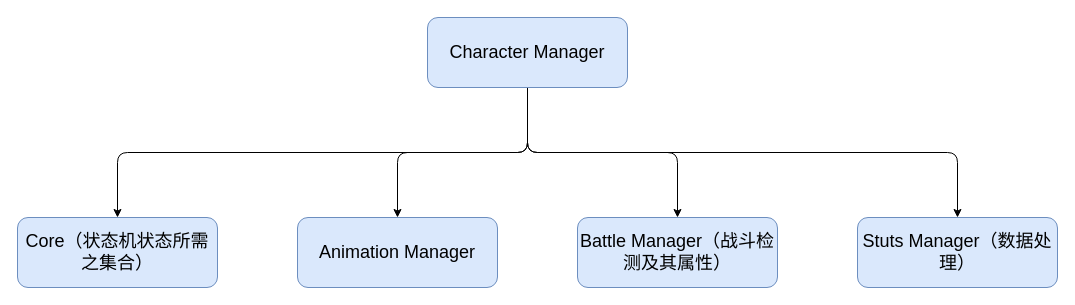
Above: Readme/Character Component Structure.drawio in zsl2021533013/The-Letteror (draw.io), before the change. Source tidied: cells renumbered, new cells numbered last; positions are measured from the earlier drawing's top-left corner, leaving out a move shared by most shapes. Both pictures are drawn from the tidied source at 100%, with x=0, y=0 at pixel (17, 17).
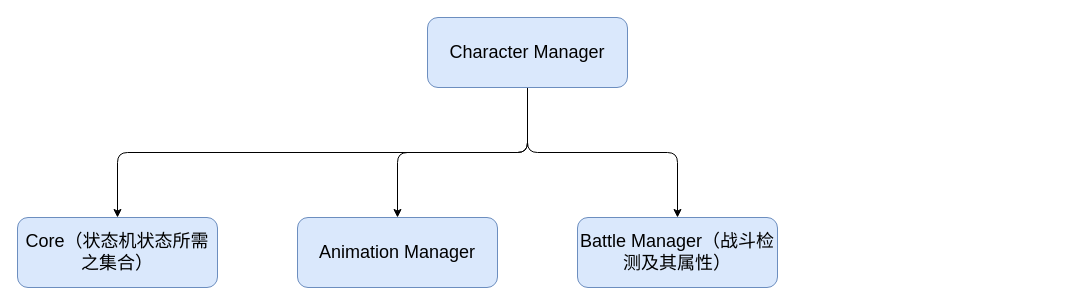
Above is the later version.

What changed in the source:
```diff
@@
 <mxGraphModel>
   <root>
     <mxCell id="0" />
     <mxCell id="1" parent="0" />
     <mxCell id="2" style="edgeStyle=orthogonalEdgeStyle;rounded=1;jumpStyle=arc;jettySize=auto;html=1;exitX=0.5;exitY=1;exitDx=0;exitDy=0;fontSize=18;entryX=0.5;entryY=0;entryDx=0;entryDy=0;" parent="1" edge="1" source="6" target="9">
       <mxGeometry relative="1" as="geometry" />
     </mxCell>
     <mxCell id="3" style="edgeStyle=orthogonalEdgeStyle;rounded=1;jumpStyle=arc;jettySize=auto;html=1;exitX=0.5;exitY=1;exitDx=0;exitDy=0;fontSize=18;" parent="1" edge="1" source="6" target="8">
       <mxGeometry relative="1" as="geometry" />
     </mxCell>
     <mxCell id="4" style="edgeStyle=orthogonalEdgeStyle;rounded=1;jumpStyle=arc;jettySize=auto;html=1;exitX=0.5;exitY=1;exitDx=0;exitDy=0;entryX=0.5;entryY=0;entryDx=0;entryDy=0;fontSize=18;" parent="1" edge="1" source="6" target="7">
       <mxGeometry relative="1" as="geometry" />
     </mxCell>
-    <mxCell id="5" style="edgeStyle=orthogonalEdgeStyle;rounded=1;jumpStyle=arc;jettySize=auto;html=1;exitX=0.5;exitY=1;exitDx=0;exitDy=0;entryX=0.5;entryY=0;entryDx=0;entryDy=0;fontSize=18;" parent="1" edge="1" source="6" target="10">
-      <mxGeometry relative="1" as="geometry" />
-    </mxCell>
     <mxCell id="6" value="&lt;span style=&quot;font-size: 18px;&quot;&gt;Character Manager&lt;/span&gt;" style="rounded=1;whiteSpace=wrap;html=1;fillColor=#dae8fc;strokeColor=#6c8ebf;" parent="1" vertex="1">
       <mxGeometry x="410" width="200" height="70" as="geometry" />
     </mxCell>
     <mxCell id="7" value="&lt;span style=&quot;font-size: 18px;&quot;&gt;Battle Manager（战斗检测及其属性）&lt;/span&gt;" style="rounded=1;whiteSpace=wrap;html=1;fillColor=#dae8fc;strokeColor=#6c8ebf;" parent="1" vertex="1">
       <mxGeometry x="560" y="200" width="200" height="70" as="geometry" />
     </mxCell>
     <mxCell id="8" value="&lt;span style=&quot;font-size: 18px;&quot;&gt;Animation Manager&lt;/span&gt;" style="rounded=1;whiteSpace=wrap;html=1;fillColor=#dae8fc;strokeColor=#6c8ebf;" parent="1" vertex="1">
       <mxGeometry x="280" y="200" width="200" height="70" as="geometry" />
     </mxCell>
     <mxCell id="9" value="&lt;span style=&quot;font-size: 18px;&quot;&gt;Core（状态机状态所需之集合）&lt;/span&gt;" style="rounded=1;whiteSpace=wrap;html=1;fillColor=#dae8fc;strokeColor=#6c8ebf;" parent="1" vertex="1">
       <mxGeometry y="200" width="200" height="70" as="geometry" />
     </mxCell>
-    <mxCell id="10" value="&lt;span style=&quot;font-size: 18px;&quot;&gt;Stuts Manager（数据处理）&lt;/span&gt;" style="rounded=1;whiteSpace=wrap;html=1;fillColor=#dae8fc;strokeColor=#6c8ebf;" parent="1" vertex="1">
-      <mxGeometry x="840" y="200" width="200" height="70" as="geometry" />
-    </mxCell>
   </root>
 </mxGraphModel>
```
